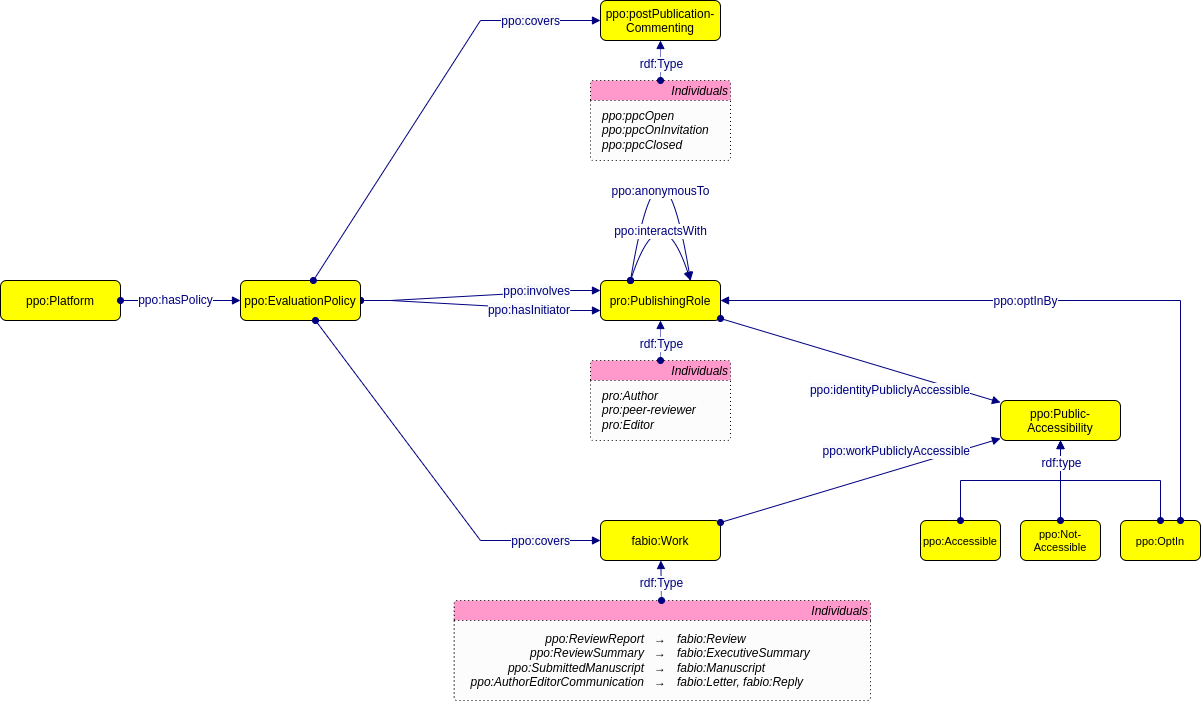
CWTSLeiden/Journal-Observatory-framework keeps this draw.io diagram as img/ppo_ontology-Evaluation.drawio.png. Above is the earlier version. Source tidied: cells renumbered, new cells last; positions are measured from the earlier drawing's top-left corner, leaving out a move shared by most shapes.
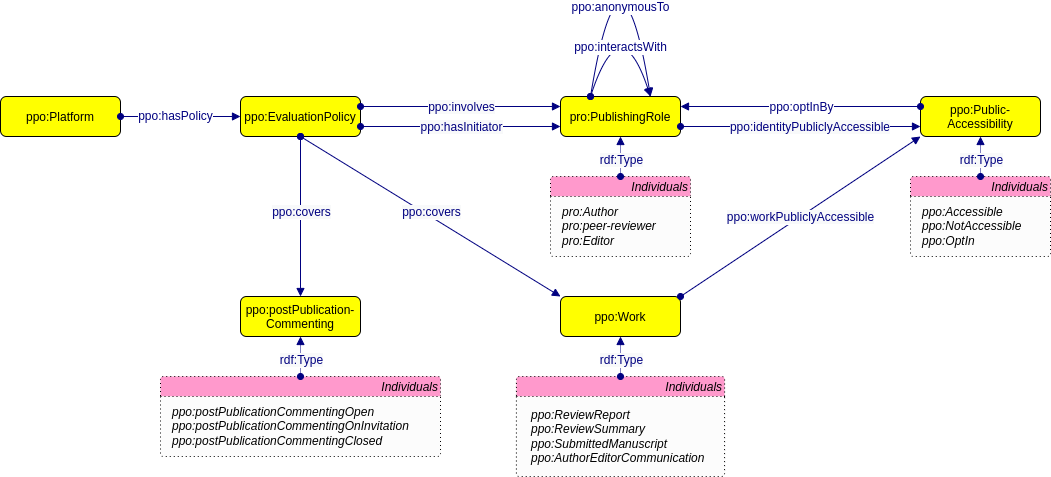
After the change.

Diff of the diagram source:
```diff
@@ -2,27 +2,23 @@
   <root>
     <mxCell id="0" />
     <mxCell id="1" parent="0" />
+    <mxCell id="6" value="ppo:EvaluationPolicy" style="graphMlID=n4;shape=rect;rounded=1;arcsize=30;fillColor=#ffff00;strokeColor=#000000;strokeWidth=1.0;" parent="1" vertex="1">
+      <mxGeometry x="280" y="280" width="120" height="40" as="geometry" />
+    </mxCell>
-    <mxCell id="2" style="graphMlID=e0;rounded=0;endArrow=block;strokeColor=#000080;strokeWidth=1.0;startArrow=oval;startFill=1;endFill=1;fontFamily=Helvetica;fontSize=11;entryX=0;entryY=0.75;entryDx=0;entryDy=0;edgeStyle=entityRelationEdgeStyle;" parent="1" edge="1" source="6" target="10">
+    <mxCell id="2" style="graphMlID=e0;rounded=0;endArrow=block;strokeColor=#000080;strokeWidth=1.0;startArrow=oval;startFill=1;endFill=1;fontFamily=Helvetica;fontSize=11;entryX=0;entryY=0.75;entryDx=0;entryDy=0;exitX=1;exitY=0.75;exitDx=0;exitDy=0;" parent="1" edge="1" source="6" target="10">
       <mxGeometry relative="1" as="geometry" />
     </mxCell>
-    <mxCell id="3" value="&lt;span style=&quot;color: rgb(0, 0, 128); font-size: 12px; background-color: rgb(248, 249, 250);&quot;&gt;ppo:hasInitiator&lt;/span&gt;" style="text;html=1;align=right;verticalAlign=middle;labelBackgroundColor=#ffffff;fontSize=12;fontFamily=Helvetica;" parent="2" vertex="1">
-      <mxGeometry relative="1" as="geometry">
-        <mxPoint x="90" y="5" as="offset" />
-      </mxGeometry>
+    <mxCell id="3" value="&lt;span style=&quot;color: rgb(0, 0, 128); font-size: 12px; background-color: rgb(248, 249, 250);&quot;&gt;ppo:hasInitiator&lt;/span&gt;" style="text;html=1;align=center;verticalAlign=middle;labelBackgroundColor=#ffffff;fontSize=12;fontFamily=Helvetica;" parent="2" vertex="1">
+      <mxGeometry relative="1" as="geometry" />
     </mxCell>
-    <mxCell id="4" style="graphMlID=e0;rounded=0;endArrow=block;strokeColor=#000080;strokeWidth=1.0;startArrow=oval;startFill=1;endFill=1;fontFamily=Helvetica;fontSize=11;entryX=0;entryY=0.25;entryDx=0;entryDy=0;edgeStyle=entityRelationEdgeStyle;" parent="1" edge="1" source="6" target="10">
+    <mxCell id="4" style="graphMlID=e0;rounded=0;endArrow=block;strokeColor=#000080;strokeWidth=1.0;startArrow=oval;startFill=1;endFill=1;fontFamily=Helvetica;fontSize=11;entryX=0;entryY=0.25;entryDx=0;entryDy=0;exitX=1;exitY=0.25;exitDx=0;exitDy=0;" parent="1" edge="1" source="6" target="10">
       <mxGeometry relative="1" as="geometry" />
     </mxCell>
-    <mxCell id="5" value="&lt;span style=&quot;color: rgb(0, 0, 128); font-size: 12px; background-color: rgb(248, 249, 250);&quot;&gt;ppo:involves&lt;/span&gt;" style="text;html=1;align=right;verticalAlign=middle;labelBackgroundColor=#ffffff;fontSize=12;fontFamily=Helvetica;" parent="4" vertex="1">
-      <mxGeometry relative="1" as="geometry">
-        <mxPoint x="90" y="-5" as="offset" />
-      </mxGeometry>
+    <mxCell id="5" value="&lt;span style=&quot;color: rgb(0, 0, 128); font-size: 12px; background-color: rgb(248, 249, 250);&quot;&gt;ppo:involves&lt;/span&gt;" style="text;html=1;align=center;verticalAlign=middle;labelBackgroundColor=#ffffff;fontSize=12;fontFamily=Helvetica;" parent="4" vertex="1">
+      <mxGeometry relative="1" as="geometry" />
     </mxCell>
-    <mxCell id="6" value="ppo:EvaluationPolicy" style="graphMlID=n4;shape=rect;rounded=1;arcsize=30;fillColor=#ffff00;strokeColor=#000000;strokeWidth=1.0;" parent="1" vertex="1">
-      <mxGeometry x="240" y="280" width="120" height="40" as="geometry" />
-    </mxCell>
     <mxCell id="7" value="ppo:Platform" style="graphMlID=n4;shape=rect;rounded=1;arcsize=30;fillColor=#ffff00;strokeColor=#000000;strokeWidth=1.0;fontFamily=Helvetica;fontSize=12;" parent="1" vertex="1">
-      <mxGeometry y="280" width="120" height="40" as="geometry" />
+      <mxGeometry x="40" y="280" width="120" height="40" as="geometry" />
     </mxCell>
     <mxCell id="8" style="graphMlID=e0;rounded=0;endArrow=block;strokeColor=#000080;strokeWidth=1.0;startArrow=oval;startFill=1;endFill=1;fontFamily=Helvetica;elbow=vertical;fontSize=12;" parent="1" edge="1" source="7" target="6">
       <mxGeometry relative="1" as="geometry" />
@@ -45,19 +41,15 @@
         <mxPoint x="4" y="71" as="offset" />
       </mxGeometry>
     </mxCell>
-    <mxCell id="13" value="fabio:Work" style="graphMlID=n4;shape=rect;rounded=1;arcsize=30;fillColor=#FFFF00;strokeColor=#000000;strokeWidth=1.0;" parent="1" vertex="1">
-      <mxGeometry x="600" y="520" width="120" height="40" as="geometry" />
+    <mxCell id="13" value="ppo:Work" style="graphMlID=n4;shape=rect;rounded=1;arcsize=30;fillColor=#FFFF00;strokeColor=#000000;strokeWidth=1.0;" parent="1" vertex="1">
+      <mxGeometry x="600" y="480" width="120" height="40" as="geometry" />
     </mxCell>
-    <mxCell id="14" style="graphMlID=e0;rounded=0;endArrow=block;strokeColor=#000080;strokeWidth=1.0;startArrow=oval;startFill=1;endFill=1;fontFamily=Helvetica;fontSize=11;" parent="1" edge="1" source="6" target="13">
-      <mxGeometry relative="1" as="geometry">
-        <Array as="points">
-          <mxPoint x="480" y="540" />
-        </Array>
-      </mxGeometry>
+    <mxCell id="14" style="graphMlID=e0;rounded=0;endArrow=block;strokeColor=#000080;strokeWidth=1.0;startArrow=oval;startFill=1;endFill=1;fontFamily=Helvetica;fontSize=11;exitX=0.5;exitY=1;exitDx=0;exitDy=0;entryX=0;entryY=0;entryDx=0;entryDy=0;" parent="1" edge="1" source="6" target="13">
+      <mxGeometry relative="1" as="geometry" />
     </mxCell>
-    <mxCell id="15" value="&lt;span style=&quot;color: rgb(0, 0, 128); font-size: 12px; background-color: rgb(248, 249, 250);&quot;&gt;ppo:covers&lt;/span&gt;" style="text;html=1;align=right;verticalAlign=middle;labelBackgroundColor=#ffffff;fontSize=12;fontFamily=Helvetica;" parent="14" vertex="1">
+    <mxCell id="15" value="&lt;span style=&quot;color: rgb(0, 0, 128); font-size: 12px; background-color: rgb(248, 249, 250);&quot;&gt;ppo:covers&lt;/span&gt;" style="text;html=1;align=center;verticalAlign=middle;labelBackgroundColor=#ffffff;fontSize=12;fontFamily=Helvetica;" parent="14" vertex="1">
       <mxGeometry relative="1" as="geometry">
-        <mxPoint x="136" y="62" as="offset" />
+        <mxPoint y="-5" as="offset" />
       </mxGeometry>
     </mxCell>
     <mxCell id="16" style="graphMlID=e0;rounded=0;endArrow=block;strokeColor=#000080;strokeWidth=1.0;startArrow=oval;startFill=1;endFill=1;fontFamily=Helvetica;elbow=vertical;fontSize=12;exitX=0.25;exitY=0;exitDx=0;exitDy=0;entryX=0.75;entryY=0;entryDx=0;entryDy=0;edgeStyle=orthogonalEdgeStyle;curved=1;" parent="1" edge="1" source="10" target="10">
@@ -73,73 +65,36 @@
       </mxGeometry>
     </mxCell>
     <mxCell id="18" value="ppo:Public-&#10;Accessibility" style="graphMlID=n4;shape=rect;rounded=1;arcsize=30;fillColor=#ffff00;strokeColor=#000000;strokeWidth=1.0;" parent="1" vertex="1">
-      <mxGeometry x="1000" y="400" width="120" height="40" as="geometry" />
+      <mxGeometry x="960" y="280" width="120" height="40" as="geometry" />
     </mxCell>
-    <mxCell id="19" value="ppo:Accessible" style="graphMlID=n4;shape=rect;rounded=1;arcsize=30;fillColor=#ffff00;strokeColor=#000000;strokeWidth=1.0;fontSize=11;fillStyle=auto;" parent="1" vertex="1">
-      <mxGeometry x="920" y="520" width="80" height="40" as="geometry" />
-    </mxCell>
-    <mxCell id="20" value="ppo:OptIn" style="graphMlID=n4;shape=rect;rounded=1;arcsize=30;fillColor=#ffff00;strokeColor=#000000;strokeWidth=1.0;fontSize=11;fillStyle=auto;" parent="1" vertex="1">
-      <mxGeometry x="1120" y="520" width="80" height="40" as="geometry" />
-    </mxCell>
-    <mxCell id="21" style="graphMlID=e0;rounded=0;endArrow=block;strokeColor=#000080;strokeWidth=1.0;startArrow=oval;startFill=1;endFill=1;fontFamily=Helvetica;elbow=vertical;fontSize=12;edgeStyle=orthogonalEdgeStyle;" parent="1" edge="1" source="20" target="18">
-      <mxGeometry relative="1" as="geometry">
-        <Array as="points">
-          <mxPoint x="1160" y="480" />
-          <mxPoint x="1060" y="480" />
-        </Array>
-      </mxGeometry>
-    </mxCell>
-    <mxCell id="22" style="graphMlID=e0;rounded=0;endArrow=block;strokeColor=#000080;strokeWidth=1.0;startArrow=oval;startFill=1;endFill=1;fontFamily=Helvetica;elbow=vertical;fontSize=12;edgeStyle=orthogonalEdgeStyle;" parent="1" edge="1" source="19" target="18">
-      <mxGeometry relative="1" as="geometry">
-        <Array as="points">
-          <mxPoint x="960" y="480" />
-          <mxPoint x="1060" y="480" />
-        </Array>
-      </mxGeometry>
-    </mxCell>
-    <mxCell id="23" value="ppo:Not-&#10;Accessible" style="graphMlID=n4;shape=rect;rounded=1;arcsize=30;fillColor=#ffff00;strokeColor=#000000;strokeWidth=1.0;fontSize=11;fillStyle=auto;" parent="1" vertex="1">
-      <mxGeometry x="1020" y="520" width="80" height="40" as="geometry" />
-    </mxCell>
-    <mxCell id="24" style="graphMlID=e0;rounded=0;endArrow=block;strokeColor=#000080;strokeWidth=1.0;startArrow=oval;startFill=1;endFill=1;fontFamily=Helvetica;fontSize=11;" parent="1" edge="1" source="10" target="18">
+    <mxCell id="24" style="graphMlID=e0;rounded=0;endArrow=block;strokeColor=#000080;strokeWidth=1.0;startArrow=oval;startFill=1;endFill=1;fontFamily=Helvetica;fontSize=11;exitX=1;exitY=0.75;exitDx=0;exitDy=0;entryX=0;entryY=0.75;entryDx=0;entryDy=0;" parent="1" edge="1" source="10" target="18">
       <mxGeometry relative="1" as="geometry" />
     </mxCell>
     <mxCell id="25" value="&lt;span style=&quot;font-size: 12px; background-color: rgb(248, 249, 250);&quot;&gt;ppo:identityPubliclyAccessible&lt;/span&gt;" style="text;html=1;align=right;verticalAlign=middle;labelBackgroundColor=#ffffff;fontSize=12;fontFamily=Helvetica;fontColor=#000080;" parent="24" vertex="1">
       <mxGeometry relative="1" as="geometry">
-        <mxPoint x="110" y="30" as="offset" />
+        <mxPoint x="90" as="offset" />
       </mxGeometry>
     </mxCell>
-    <mxCell id="26" style="graphMlID=e0;rounded=0;endArrow=block;strokeColor=#000080;strokeWidth=1.0;startArrow=oval;startFill=1;endFill=1;fontFamily=Helvetica;fontSize=11;" parent="1" edge="1" source="13" target="18">
+    <mxCell id="26" style="graphMlID=e0;rounded=0;endArrow=block;strokeColor=#000080;strokeWidth=1.0;startArrow=oval;startFill=1;endFill=1;fontFamily=Helvetica;fontSize=11;exitX=1;exitY=0;exitDx=0;exitDy=0;entryX=0;entryY=1;entryDx=0;entryDy=0;" parent="1" edge="1" source="13" target="18">
       <mxGeometry relative="1" as="geometry" />
     </mxCell>
-    <mxCell id="27" value="&lt;span style=&quot;color: rgb(0, 0, 128); font-size: 12px; background-color: rgb(248, 249, 250);&quot;&gt;ppo:workPubliclyAccessible&lt;/span&gt;" style="text;html=1;align=right;verticalAlign=middle;labelBackgroundColor=#ffffff;fontSize=12;fontFamily=Helvetica;" parent="26" vertex="1">
-      <mxGeometry relative="1" as="geometry">
-        <mxPoint x="110" y="-30" as="offset" />
-      </mxGeometry>
+    <mxCell id="27" value="&lt;span style=&quot;color: rgb(0, 0, 128); font-size: 12px; background-color: rgb(248, 249, 250);&quot;&gt;ppo:workPubliclyAccessible&lt;/span&gt;" style="text;html=1;align=center;verticalAlign=middle;labelBackgroundColor=#ffffff;fontSize=12;fontFamily=Helvetica;" parent="26" vertex="1">
+      <mxGeometry relative="1" as="geometry" />
     </mxCell>
-    <mxCell id="28" style="graphMlID=e0;rounded=0;endArrow=block;strokeColor=#000080;strokeWidth=1.0;startArrow=oval;startFill=1;endFill=1;fontFamily=Helvetica;elbow=vertical;fontSize=12;edgeStyle=orthogonalEdgeStyle;" parent="1" edge="1" source="20" target="10">
-      <mxGeometry relative="1" as="geometry">
-        <Array as="points">
-          <mxPoint x="1180" y="300" />
-        </Array>
-      </mxGeometry>
+    <mxCell id="28" style="graphMlID=e0;rounded=0;endArrow=block;strokeColor=#000080;strokeWidth=1.0;startArrow=oval;startFill=1;endFill=1;fontFamily=Helvetica;elbow=vertical;fontSize=12;entryX=1;entryY=0.25;entryDx=0;entryDy=0;exitX=0;exitY=0.25;exitDx=0;exitDy=0;" parent="1" edge="1" source="18" target="10">
+      <mxGeometry relative="1" as="geometry" />
     </mxCell>
     <mxCell id="29" value="ppo:optInBy" style="edgeLabel;html=1;align=center;verticalAlign=middle;fontSize=12;fontFamily=Helvetica;fontColor=#000080;" parent="28" vertex="1">
       <mxGeometry x="-0.22" y="-2" relative="1" as="geometry">
-        <mxPoint x="-111" y="2" as="offset" />
+        <mxPoint x="-26" y="2" as="offset" />
       </mxGeometry>
     </mxCell>
     <mxCell id="30" value="Individuals" style="graphMlID=n2;shape=swimlane;startSize=20;rounded=1;arcSize=5;strokeColor=#000000;strokeWidth=1;dashed=1;dashPattern=1 3;align=right;fillColor=#FF99CC;labelBackgroundColor=none;swimlaneFillColor=#FCFCFC;fontStyle=2;" parent="1" vertex="1">
-      <mxGeometry x="453.8" y="600" width="416.2" height="100" as="geometry" />
+      <mxGeometry x="555.9" y="560" width="208.1" height="100" as="geometry" />
     </mxCell>
-    <mxCell id="31" value="ppo:ReviewReport&lt;br style=&quot;font-size: 12px;&quot;&gt;ppo:ReviewSummary&lt;br style=&quot;font-size: 12px;&quot;&gt;ppo:SubmittedManuscript&lt;br style=&quot;font-size: 12px;&quot;&gt;&lt;div style=&quot;font-size: 12px;&quot;&gt;&lt;span style=&quot;background-color: initial; font-size: 12px;&quot;&gt;ppo:AuthorEditorCommunication&lt;/span&gt;&lt;/div&gt;" style="text;html=1;align=right;verticalAlign=middle;strokeColor=none;fillColor=none;fontFamily=Helvetica;fontSize=12;fontStyle=2;" parent="30" vertex="1">
-      <mxGeometry x="-8.8" y="25" width="200" height="70" as="geometry" />
+    <mxCell id="31" value="ppo:ReviewReport&lt;br style=&quot;font-size: 12px;&quot;&gt;ppo:ReviewSummary&lt;br style=&quot;font-size: 12px;&quot;&gt;ppo:SubmittedManuscript&lt;br style=&quot;font-size: 12px;&quot;&gt;&lt;div style=&quot;font-size: 12px;&quot;&gt;&lt;span style=&quot;background-color: initial; font-size: 12px;&quot;&gt;ppo:AuthorEditorCommunication&lt;/span&gt;&lt;/div&gt;" style="text;html=1;align=left;verticalAlign=middle;strokeColor=none;fillColor=none;fontFamily=Helvetica;fontSize=12;fontStyle=2;" parent="30" vertex="1">
+      <mxGeometry x="13.1" y="25" width="200" height="70" as="geometry" />
     </mxCell>
-    <mxCell id="32" value="fabio:Review&lt;br style=&quot;border-color: var(--border-color);&quot;&gt;&lt;span style=&quot;&quot;&gt;fabio:ExecutiveSummary&lt;/span&gt;&lt;br style=&quot;border-color: var(--border-color);&quot;&gt;&lt;span style=&quot;&quot;&gt;fabio:Manuscript&lt;/span&gt;&lt;br style=&quot;border-color: var(--border-color);&quot;&gt;&lt;div style=&quot;border-color: var(--border-color);&quot;&gt;&lt;span style=&quot;border-color: var(--border-color); background-color: initial;&quot;&gt;fabio:Letter, fabio:Reply&lt;/span&gt;&lt;/div&gt;" style="text;html=1;align=left;verticalAlign=middle;strokeColor=none;fillColor=none;fontSize=12;fontFamily=Helvetica;fontStyle=2;" parent="30" vertex="1">
-      <mxGeometry x="221.2" y="25" width="160" height="70" as="geometry" />
-    </mxCell>
-    <mxCell id="33" value="→&lt;br style=&quot;font-size: 12px;&quot;&gt;→&lt;br style=&quot;font-size: 12px;&quot;&gt;→&lt;br style=&quot;font-size: 12px;&quot;&gt;→" style="text;html=1;strokeColor=none;fillColor=none;align=center;verticalAlign=middle;whiteSpace=wrap;rounded=0;fontSize=12;fontFamily=Helvetica;" parent="30" vertex="1">
-      <mxGeometry x="191.2" y="20" width="30" height="80" as="geometry" />
-    </mxCell>
     <mxCell id="34" style="graphMlID=e5;rounded=0;endArrow=block;strokeColor=#000080;dashed=1;dashPattern=1 1;strokeWidth=1.0;startArrow=oval;startFill=1;endFill=1;fontFamily=Helvetica;fontSize=12;" parent="1" edge="1" source="30" target="13">
       <mxGeometry relative="1" as="geometry" />
     </mxCell>
@@ -163,13 +118,13 @@
       </mxGeometry>
     </mxCell>
     <mxCell id="40" value="ppo:postPublication-&#10;Commenting" style="graphMlID=n4;shape=rect;rounded=1;arcsize=30;fillColor=#ffff00;strokeColor=#000000;strokeWidth=1.0;" parent="1" vertex="1">
-      <mxGeometry x="600" width="120" height="40" as="geometry" />
+      <mxGeometry x="280" y="480" width="120" height="40" as="geometry" />
     </mxCell>
     <mxCell id="41" value="Individuals" style="graphMlID=n2;shape=swimlane;startSize=20;rounded=1;arcSize=5;strokeColor=#000000;strokeWidth=1.0;dashed=1;dashPattern=1 3;align=right;fillColor=#FF99CC;labelBackgroundColor=none;swimlaneFillColor=#FCFCFC;fontStyle=2;" parent="1" vertex="1">
-      <mxGeometry x="590" y="80" width="140" height="80" as="geometry" />
+      <mxGeometry x="200" y="560" width="280" height="80" as="geometry" />
     </mxCell>
-    <mxCell id="42" value="ppo:ppcOpen&lt;br&gt;ppo:ppcOnInvitation&lt;br&gt;ppo:ppcClosed" style="text;html=1;align=left;verticalAlign=middle;strokeColor=none;fillColor=none;fontFamily=Helvetica;fontSize=12;fontStyle=2;" parent="41" vertex="1">
-      <mxGeometry x="10" y="20" width="130" height="60" as="geometry" />
+    <mxCell id="42" value="ppo:postPublicationCommentingOpen&lt;br&gt;ppo:postPublicationCommentingOnInvitation&lt;br&gt;ppo:postPublicationCommentingClosed" style="text;html=1;align=left;verticalAlign=middle;strokeColor=none;fillColor=none;fontFamily=Helvetica;fontSize=12;fontStyle=2;" parent="41" vertex="1">
+      <mxGeometry x="10" y="20" width="270" height="60" as="geometry" />
     </mxCell>
     <mxCell id="43" style="graphMlID=e5;rounded=0;endArrow=block;strokeColor=#000080;dashed=1;dashPattern=1 1;strokeWidth=1.0;startArrow=oval;startFill=1;endFill=1;fontFamily=Helvetica;fontSize=12;" parent="1" edge="1" source="41" target="40">
       <mxGeometry relative="1" as="geometry" />
@@ -179,25 +134,27 @@
         <mxPoint x="-3" as="offset" />
       </mxGeometry>
     </mxCell>
+    <mxCell id="49" value="Individuals" style="graphMlID=n2;shape=swimlane;startSize=20;rounded=1;arcSize=5;strokeColor=#000000;strokeWidth=1.0;dashed=1;dashPattern=1 3;align=right;fillColor=#FF99CC;labelBackgroundColor=none;swimlaneFillColor=#FCFCFC;fontStyle=2;" parent="1" vertex="1">
+      <mxGeometry x="950" y="360" width="140" height="80" as="geometry" />
+    </mxCell>
+    <mxCell id="50" value="ppo:Accessible&lt;br&gt;ppo:NotAccessible&lt;br&gt;ppo:OptIn" style="text;html=1;align=left;verticalAlign=middle;strokeColor=none;fillColor=none;fontFamily=Helvetica;fontSize=12;fontStyle=2;" parent="49" vertex="1">
+      <mxGeometry x="10" y="20" width="120" height="60" as="geometry" />
+    </mxCell>
+    <mxCell id="51" style="graphMlID=e5;rounded=0;endArrow=block;strokeColor=#000080;dashed=1;dashPattern=1 1;strokeWidth=1.0;startArrow=oval;startFill=1;endFill=1;fontFamily=Helvetica;fontSize=12;" parent="1" edge="1" source="49" target="18">
+      <mxGeometry relative="1" as="geometry" />
+    </mxCell>
+    <mxCell id="52" value="&lt;span style=&quot;color: rgb(0, 0, 128); font-size: 12px; background-color: rgb(248, 249, 250);&quot;&gt;rdf:Type&lt;/span&gt;" style="text;html=1;align=center;verticalAlign=middle;labelBackgroundColor=#ffffff;fontSize=12;fontFamily=Helvetica;" parent="51" vertex="1">
+      <mxGeometry x="-0.14" y="-3" relative="1" as="geometry">
+        <mxPoint x="-3" as="offset" />
+      </mxGeometry>
+    </mxCell>
     <mxCell id="45" style="graphMlID=e0;rounded=0;endArrow=block;strokeColor=#000080;strokeWidth=1.0;startArrow=oval;startFill=1;endFill=1;fontFamily=Helvetica;fontSize=11;" parent="1" edge="1" source="6" target="40">
-      <mxGeometry relative="1" as="geometry">
-        <Array as="points">
-          <mxPoint x="480" y="20" />
-        </Array>
-      </mxGeometry>
+      <mxGeometry relative="1" as="geometry" />
     </mxCell>
-    <mxCell id="46" value="&lt;span style=&quot;color: rgb(0, 0, 128); font-size: 12px; background-color: rgb(248, 249, 250);&quot;&gt;ppo:covers&lt;/span&gt;" style="text;html=1;align=right;verticalAlign=middle;labelBackgroundColor=#ffffff;fontSize=12;fontFamily=Helvetica;" parent="45" vertex="1">
+    <mxCell id="46" value="&lt;span style=&quot;color: rgb(0, 0, 128); font-size: 12px; background-color: rgb(248, 249, 250);&quot;&gt;ppo:covers&lt;/span&gt;" style="text;html=1;align=center;verticalAlign=middle;labelBackgroundColor=#ffffff;fontSize=12;fontFamily=Helvetica;" parent="45" vertex="1">
       <mxGeometry relative="1" as="geometry">
-        <mxPoint x="131" y="-79" as="offset" />
+        <mxPoint y="-5" as="offset" />
       </mxGeometry>
     </mxCell>
-    <mxCell id="47" style="graphMlID=e0;rounded=0;endArrow=block;strokeColor=#000080;strokeWidth=1.0;startArrow=oval;startFill=1;endFill=1;fontFamily=Helvetica;elbow=vertical;fontSize=12;edgeStyle=orthogonalEdgeStyle;" parent="1" edge="1" source="23" target="18">
-      <mxGeometry relative="1" as="geometry" />
-    </mxCell>
-    <mxCell id="48" value="rdf:type" style="edgeLabel;html=1;align=center;verticalAlign=middle;fontSize=12;fontColor=#000080;" parent="47" vertex="1">
-      <mxGeometry x="0.19" y="-4" relative="1" as="geometry">
-        <mxPoint x="-4" y="-10" as="offset" />
-      </mxGeometry>
-    </mxCell>
   </root>
 </mxGraphModel>
```
